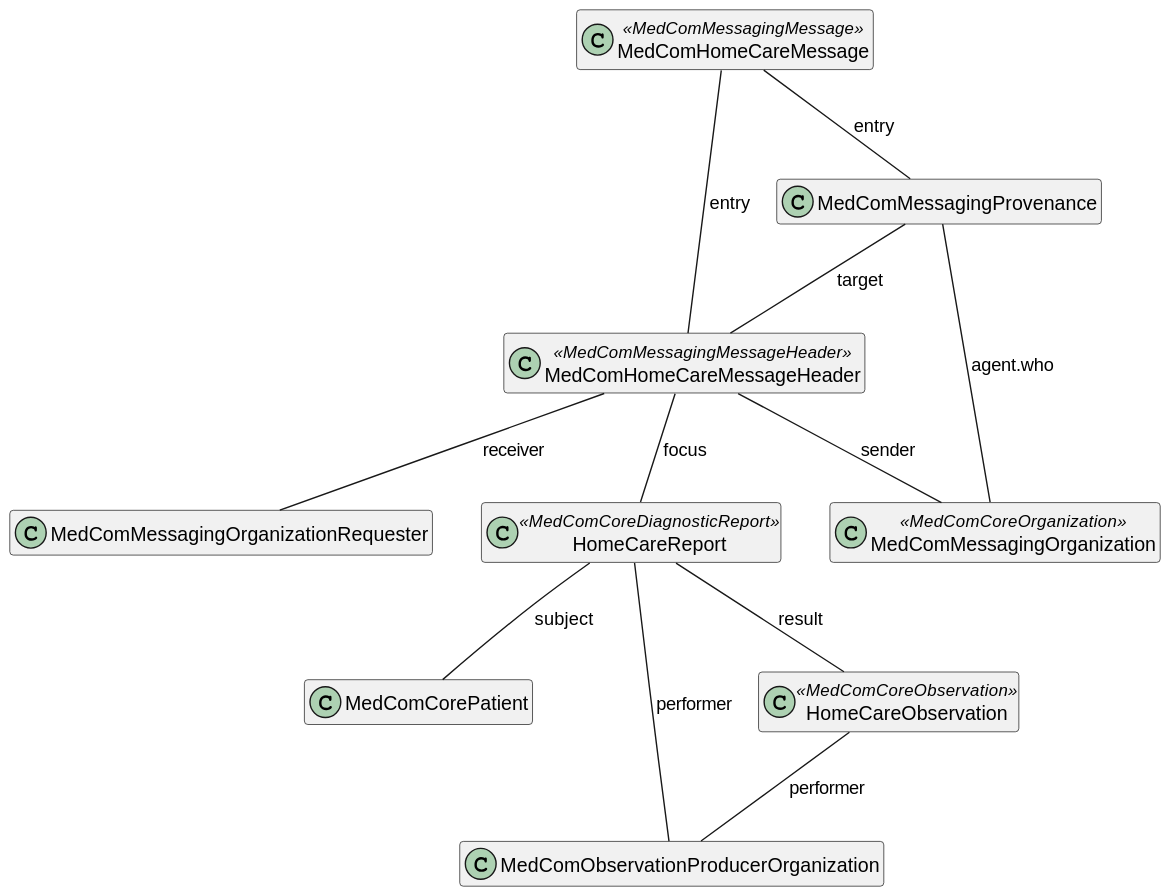
Earlier version of the PlantUML export input/images/HomeCareObservation/HomeCareObservationMessage.svg (medcomdk/dk_MunicipalityObservationResults).
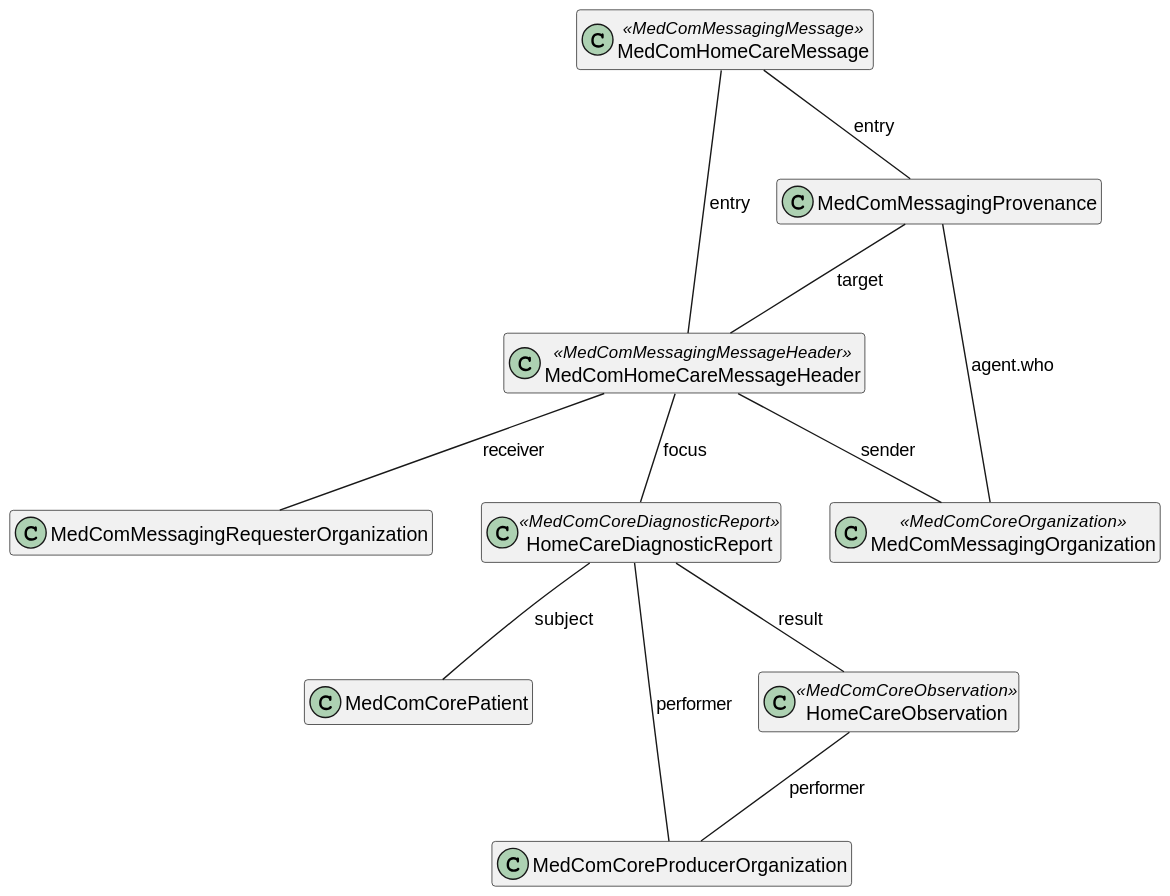
Above is the later version.

Change to the diagram source:
```diff
@@ -8,10 +8,10 @@
 class "MedComHomeCareMessageHeader" as messageheader <<MedComMessagingMessageHeader>>
 class "MedComMessagingProvenance" as provenance
 class "MedComMessagingOrganization" as messagingOrganization <<MedComCoreOrganization>>
-class "MedComMessagingOrganizationRequester" as observationRequester
+class "MedComMessagingRequesterOrganization" as observationRequester
 class "MedComCorePatient" as patient
-class "MedComObservationProducerOrganization" as organization
-class "HomeCareReport" as diagnosticReport <<MedComCoreDiagnosticReport>>
+class "MedComCoreProducerOrganization" as organization
+class "HomeCareDiagnosticReport" as diagnosticReport <<MedComCoreDiagnosticReport>>
 class "HomeCareObservation" as coreobservation <<MedComCoreObservation>>
 
 message -- messageheader : "entry"
```
